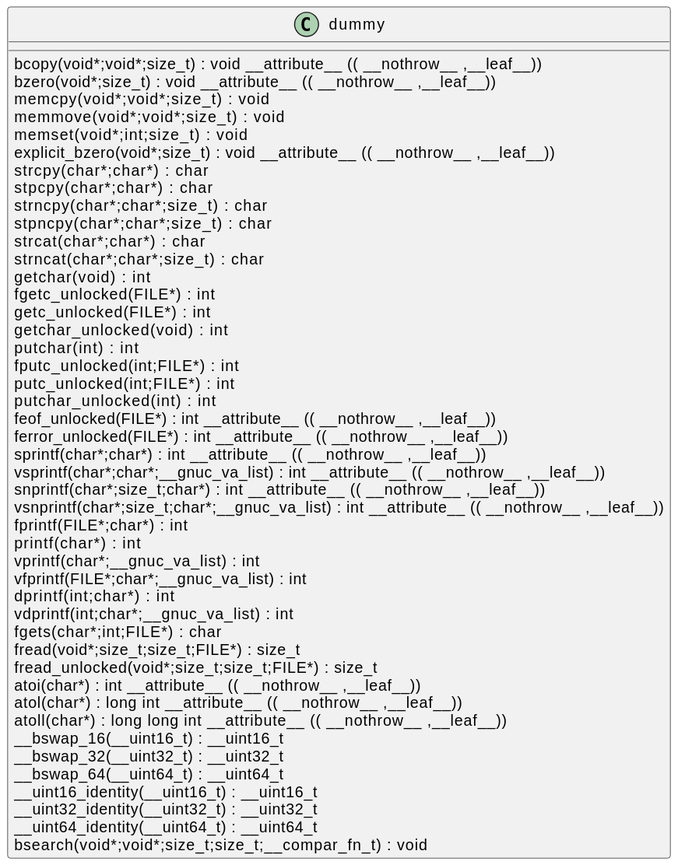
This is docs/qc/ssl/statem/statem_dtls.c.svg from qualitesys/openssl, a PlantUML export, as it was before one commit.
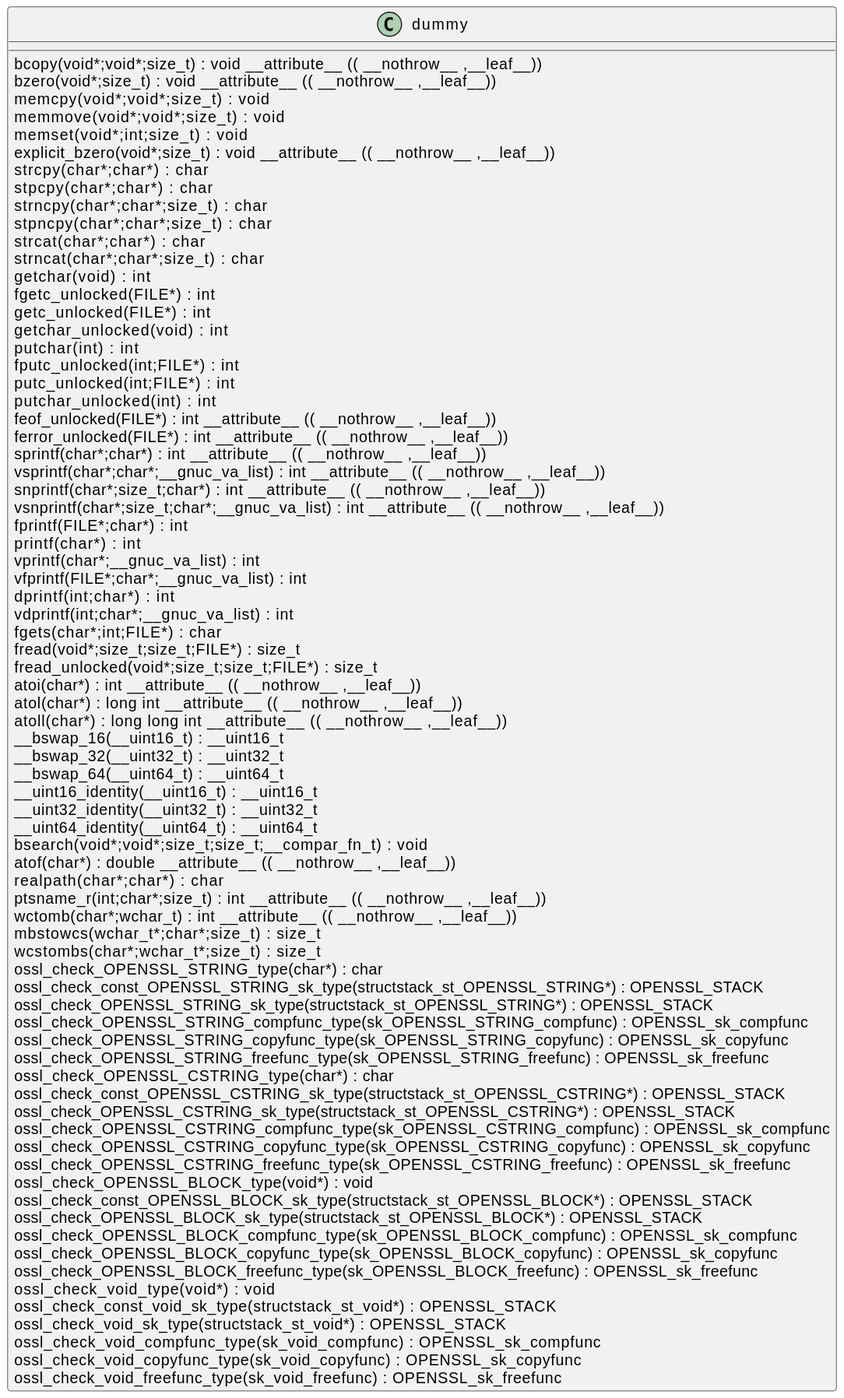
After the commit.

What changed in the source:
```diff
@@ -46,5 +46,35 @@
 __uint32_identity(__uint32_t) : __uint32_t [[[./../../.././qc/ssl/statem/statem_dtls.c.html#1992]]]
 __uint64_identity(__uint64_t) : __uint64_t [[[./../../.././qc/ssl/statem/statem_dtls.c.html#1998]]]
 bsearch(void*;void*;size_t;size_t;__compar_fn_t) :  void  [[[./../../.././qc/ssl/statem/statem_dtls.c.html#2666]]]
+atof(char*) :  double  __attribute__ (( __nothrow__ ,__leaf__)) [[[./../../.././qc/ssl/statem/statem_dtls.c.html#1]]]
+realpath(char*;char*) :  char  [[[./../../.././qc/ssl/statem/statem_dtls.c.html#1]]]
+ptsname_r(int;char*;size_t) :  int  __attribute__ (( __nothrow__ ,__leaf__)) [[[./../../.././qc/ssl/statem/statem_dtls.c.html#1]]]
+wctomb(char*;wchar_t) :  int  __attribute__ (( __nothrow__ ,__leaf__)) [[[./../../.././qc/ssl/statem/statem_dtls.c.html#1]]]
+mbstowcs(wchar_t*;char*;size_t) : size_t [[[./../../.././qc/ssl/statem/statem_dtls.c.html#1]]]
+wcstombs(char*;wchar_t*;size_t) : size_t [[[./../../.././qc/ssl/statem/statem_dtls.c.html#1]]]
+ossl_check_OPENSSL_STRING_type(char*) :  char  [[[./../../.././qc/ssl/statem/statem_dtls.c.html#1]]]
+ossl_check_const_OPENSSL_STRING_sk_type(structstack_st_OPENSSL_STRING*) : OPENSSL_STACK [[[./../../.././qc/ssl/statem/statem_dtls.c.html#1]]]
+ossl_check_OPENSSL_STRING_sk_type(structstack_st_OPENSSL_STRING*) : OPENSSL_STACK [[[./../../.././qc/ssl/statem/statem_dtls.c.html#1]]]
+ossl_check_OPENSSL_STRING_compfunc_type(sk_OPENSSL_STRING_compfunc) : OPENSSL_sk_compfunc [[[./../../.././qc/ssl/statem/statem_dtls.c.html#1]]]
+ossl_check_OPENSSL_STRING_copyfunc_type(sk_OPENSSL_STRING_copyfunc) : OPENSSL_sk_copyfunc [[[./../../.././qc/ssl/statem/statem_dtls.c.html#1]]]
+ossl_check_OPENSSL_STRING_freefunc_type(sk_OPENSSL_STRING_freefunc) : OPENSSL_sk_freefunc [[[./../../.././qc/ssl/statem/statem_dtls.c.html#1]]]
+ossl_check_OPENSSL_CSTRING_type(char*) :  char  [[[./../../.././qc/ssl/statem/statem_dtls.c.html#1]]]
+ossl_check_const_OPENSSL_CSTRING_sk_type(structstack_st_OPENSSL_CSTRING*) : OPENSSL_STACK [[[./../../.././qc/ssl/statem/statem_dtls.c.html#1]]]
+ossl_check_OPENSSL_CSTRING_sk_type(structstack_st_OPENSSL_CSTRING*) : OPENSSL_STACK [[[./../../.././qc/ssl/statem/statem_dtls.c.html#1]]]
+ossl_check_OPENSSL_CSTRING_compfunc_type(sk_OPENSSL_CSTRING_compfunc) : OPENSSL_sk_compfunc [[[./../../.././qc/ssl/statem/statem_dtls.c.html#1]]]
+ossl_check_OPENSSL_CSTRING_copyfunc_type(sk_OPENSSL_CSTRING_copyfunc) : OPENSSL_sk_copyfunc [[[./../../.././qc/ssl/statem/statem_dtls.c.html#1]]]
+ossl_check_OPENSSL_CSTRING_freefunc_type(sk_OPENSSL_CSTRING_freefunc) : OPENSSL_sk_freefunc [[[./../../.././qc/ssl/statem/statem_dtls.c.html#1]]]
+ossl_check_OPENSSL_BLOCK_type(void*) :  void  [[[./../../.././qc/ssl/statem/statem_dtls.c.html#1]]]
+ossl_check_const_OPENSSL_BLOCK_sk_type(structstack_st_OPENSSL_BLOCK*) : OPENSSL_STACK [[[./../../.././qc/ssl/statem/statem_dtls.c.html#1]]]
+ossl_check_OPENSSL_BLOCK_sk_type(structstack_st_OPENSSL_BLOCK*) : OPENSSL_STACK [[[./../../.././qc/ssl/statem/statem_dtls.c.html#1]]]
+ossl_check_OPENSSL_BLOCK_compfunc_type(sk_OPENSSL_BLOCK_compfunc) : OPENSSL_sk_compfunc [[[./../../.././qc/ssl/statem/statem_dtls.c.html#1]]]
+ossl_check_OPENSSL_BLOCK_copyfunc_type(sk_OPENSSL_BLOCK_copyfunc) : OPENSSL_sk_copyfunc [[[./../../.././qc/ssl/statem/statem_dtls.c.html#1]]]
+ossl_check_OPENSSL_BLOCK_freefunc_type(sk_OPENSSL_BLOCK_freefunc) : OPENSSL_sk_freefunc [[[./../../.././qc/ssl/statem/statem_dtls.c.html#1]]]
+ossl_check_void_type(void*) :  void  [[[./../../.././qc/ssl/statem/statem_dtls.c.html#1]]]
+ossl_check_const_void_sk_type(structstack_st_void*) : OPENSSL_STACK [[[./../../.././qc/ssl/statem/statem_dtls.c.html#1]]]
+ossl_check_void_sk_type(structstack_st_void*) : OPENSSL_STACK [[[./../../.././qc/ssl/statem/statem_dtls.c.html#1]]]
+ossl_check_void_compfunc_type(sk_void_compfunc) : OPENSSL_sk_compfunc [[[./../../.././qc/ssl/statem/statem_dtls.c.html#1]]]
+ossl_check_void_copyfunc_type(sk_void_copyfunc) : OPENSSL_sk_copyfunc [[[./../../.././qc/ssl/statem/statem_dtls.c.html#1]]]
+ossl_check_void_freefunc_type(sk_void_freefunc) : OPENSSL_sk_freefunc [[[./../../.././qc/ssl/statem/statem_dtls.c.html#1]]]
 }
 @enduml
```
